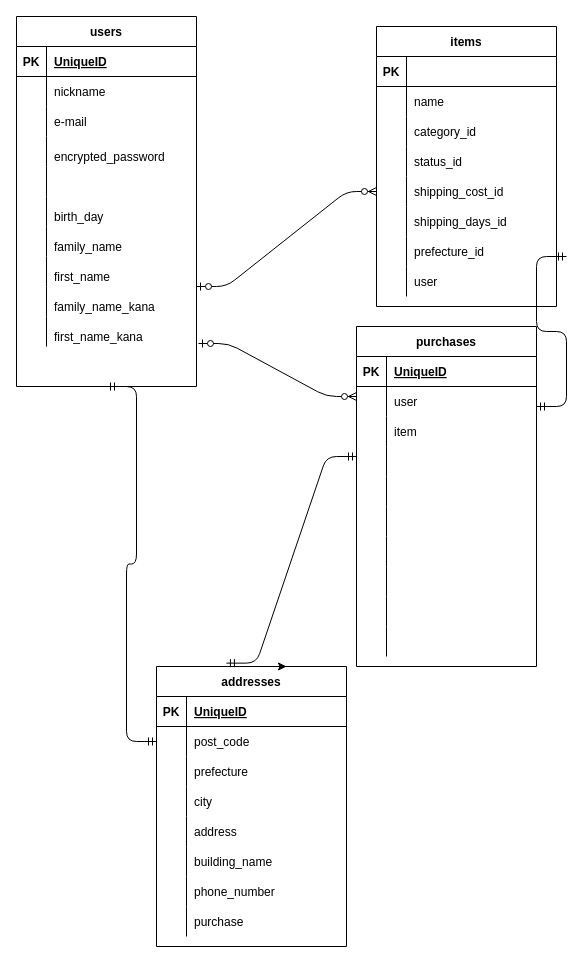
Before: test.dio in tsizo/furima-34274, a draw.io diagram. Source tidied: cells renumbered, new cells numbered last; positions are measured from the earlier drawing's top-left corner, leaving out a move shared by most shapes. Both pictures are drawn from the tidied source at 100%, with x=0, y=0 at pixel (16, 16).
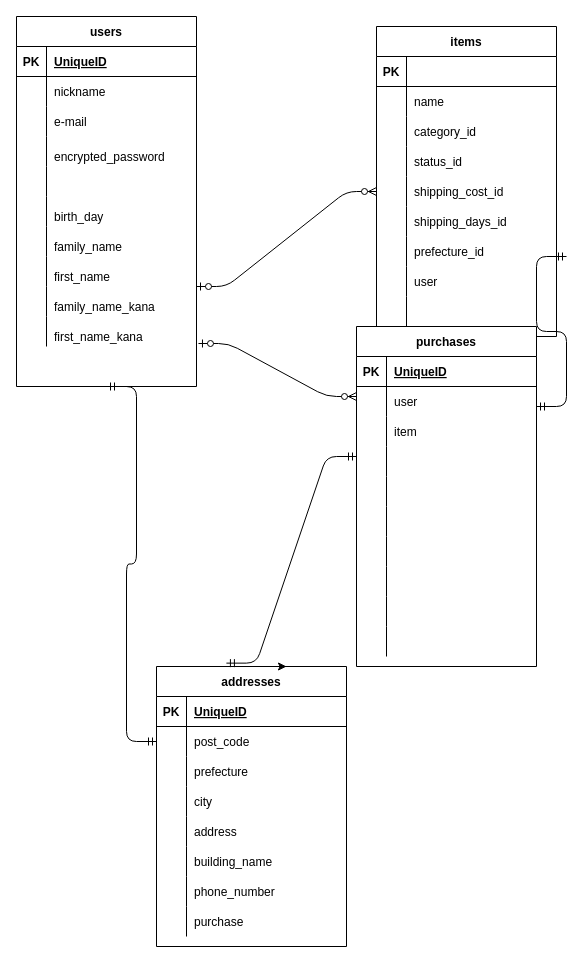
The same page after the edit.

Commit message (it also covers changes not shown here):
データベース修正５

Diff of the diagram source:
```diff
@@
     <mxCell id="34" value="items" style="shape=table;startSize=30;childLayout=tableLayout;rowLines=0;fontStyle=1;align=center;" parent="1" vertex="1">
-      <mxGeometry x="360" y="10" width="180" height="280" as="geometry" />
+      <mxGeometry x="360" y="10" width="180" height="310" as="geometry" />
     </mxCell>
@@
+    <mxCell id="121" style="shape=partialRectangle;fillColor=none;top=0;left=0;bottom=0;right=0;" parent="34" vertex="1">
+      <mxGeometry y="270" width="180" height="30" as="geometry" />
+    </mxCell>
+    <mxCell id="122" style="shape=partialRectangle;fillColor=none;top=0;left=0;bottom=0;right=0;overflow=hidden;" parent="121" vertex="1">
+      <mxGeometry width="30" height="30" as="geometry" />
+    </mxCell>
+    <mxCell id="123" style="shape=partialRectangle;fillColor=none;top=0;left=0;bottom=0;right=0;align=left;spacingLeft=6;overflow=hidden;" parent="121" vertex="1">
+      <mxGeometry x="30" width="150" height="30" as="geometry" />
+    </mxCell>
```
